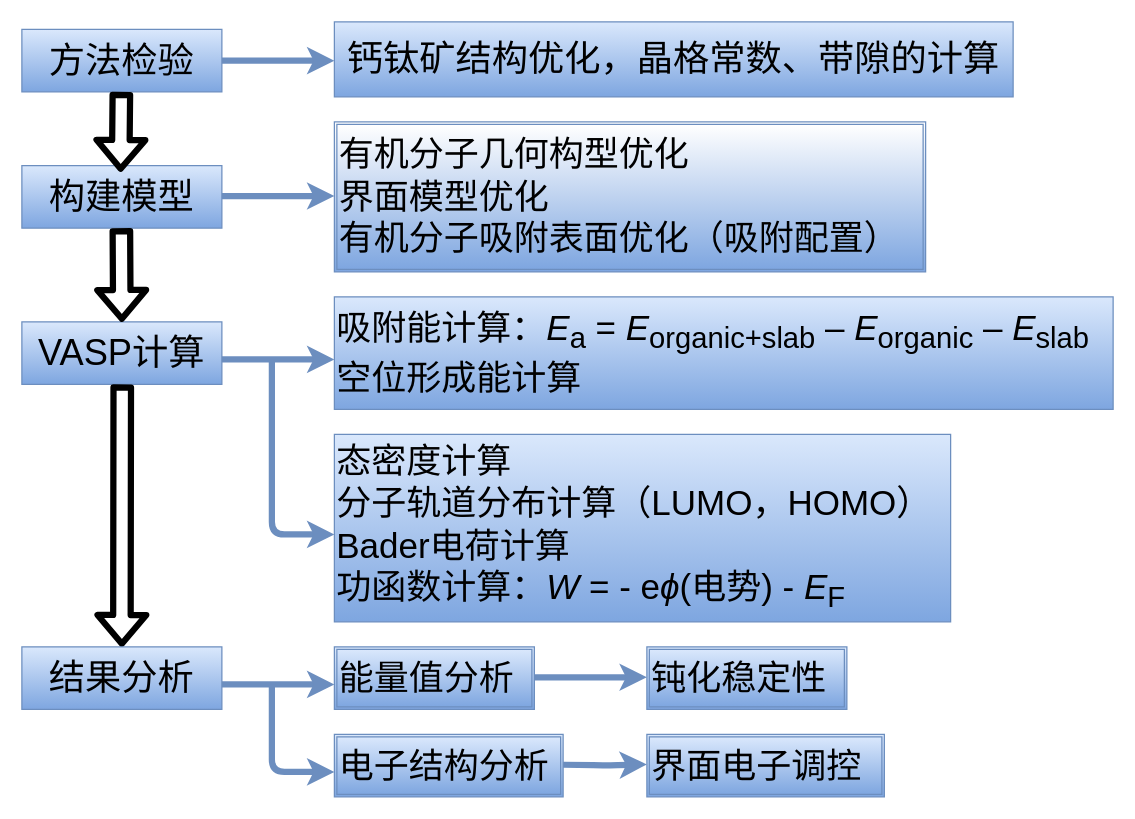
newerjun/newerjun keeps this draw.io diagram as Untitled Diagram.drawio. Above is the earlier version. Source tidied: cells renumbered, new cells numbered last; positions are measured from the earlier drawing's top-left corner, leaving out a move shared by most shapes. Both pictures are drawn from the tidied source at 125%, with x=0, y=0 at pixel (21, 21).
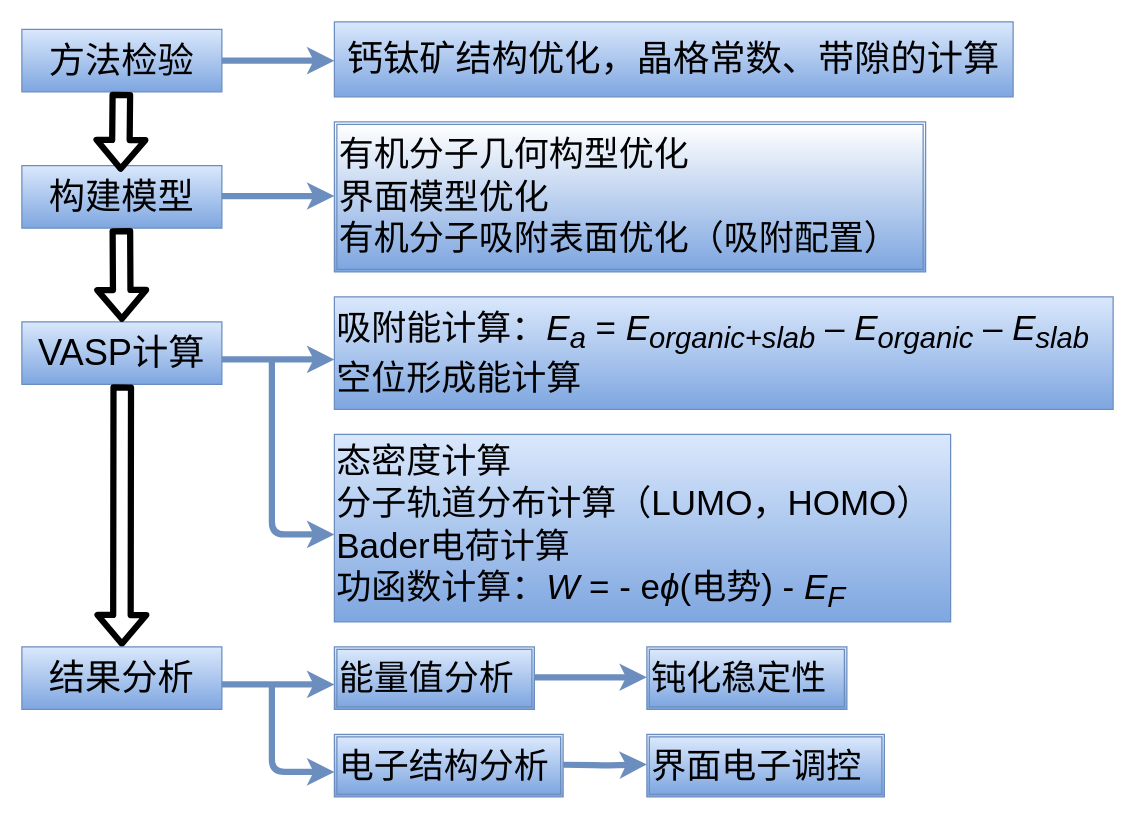
After the change.

The edit, as a diff of the source:
```diff
@@
-    <mxCell id="10" value="&lt;font style=&quot;font-size: 28px&quot;&gt;&lt;p style=&quot;margin-top: 0pt ; margin-bottom: 0pt ; margin-left: 0in ; direction: ltr ; unicode-bidi: embed ; word-break: normal&quot;&gt;吸附能计算：&lt;span style=&quot;font-family: &amp;#34;arial&amp;#34;&quot;&gt;&lt;i&gt;E&lt;/i&gt;&lt;sub&gt;a&lt;/sub&gt;&lt;/span&gt;&lt;span style=&quot;font-family: &amp;#34;arial&amp;#34;&quot;&gt; = &lt;/span&gt;&lt;span style=&quot;font-family: &amp;#34;arial&amp;#34;&quot;&gt;&lt;i&gt;E&lt;/i&gt;&lt;/span&gt;&lt;sub&gt;&lt;span style=&quot;font-family: &amp;#34;arial&amp;#34;&quot;&gt;organic+&lt;/span&gt;&lt;span style=&quot;font-family: &amp;#34;arial&amp;#34;&quot;&gt;slab&lt;/span&gt;&lt;/sub&gt;&lt;span style=&quot;font-family: &amp;#34;arial&amp;#34;&quot;&gt; – &lt;/span&gt;&lt;span style=&quot;font-family: &amp;#34;arial&amp;#34;&quot;&gt;&lt;i&gt;E&lt;/i&gt;&lt;sub&gt;organic&lt;/sub&gt;&lt;/span&gt;&lt;span style=&quot;font-family: &amp;#34;arial&amp;#34;&quot;&gt; – &lt;/span&gt;&lt;span style=&quot;font-family: &amp;#34;arial&amp;#34;&quot;&gt;&lt;i&gt;E&lt;/i&gt;&lt;sub&gt;slab&lt;/sub&gt;&lt;/span&gt;&lt;/p&gt;&lt;p style=&quot;margin-top: 0pt ; margin-bottom: 0pt ; margin-left: 0in ; direction: ltr ; unicode-bidi: embed ; word-break: normal&quot;&gt;&lt;span style=&quot;font-family: &amp;#34;arial&amp;#34;&quot;&gt;空位形成能计算&lt;/span&gt;&lt;/p&gt;&lt;/font&gt;" style="whiteSpace=wrap;html=1;align=left;gradientColor=#7ea6e0;fillColor=#dae8fc;strokeColor=#6c8ebf;" parent="1" vertex="1">
+    <mxCell id="10" value="&lt;font style=&quot;font-size: 28px&quot;&gt;&lt;p style=&quot;margin-top: 0pt ; margin-bottom: 0pt ; margin-left: 0in ; direction: ltr ; unicode-bidi: embed ; word-break: normal&quot;&gt;吸附能计算：&lt;span style=&quot;font-family: &amp;#34;arial&amp;#34;&quot;&gt;&lt;i&gt;E&lt;/i&gt;&lt;sub&gt;&lt;i&gt;a&lt;/i&gt;&lt;/sub&gt;&lt;/span&gt;&lt;span style=&quot;font-family: &amp;#34;arial&amp;#34;&quot;&gt; = &lt;/span&gt;&lt;span style=&quot;font-family: &amp;#34;arial&amp;#34;&quot;&gt;&lt;i&gt;E&lt;/i&gt;&lt;/span&gt;&lt;sub&gt;&lt;i&gt;&lt;span style=&quot;font-family: &amp;#34;arial&amp;#34;&quot;&gt;organic+&lt;/span&gt;&lt;span style=&quot;font-family: &amp;#34;arial&amp;#34;&quot;&gt;slab&lt;/span&gt;&lt;/i&gt;&lt;/sub&gt;&lt;span style=&quot;font-family: &amp;#34;arial&amp;#34;&quot;&gt; – &lt;/span&gt;&lt;span style=&quot;font-family: &amp;#34;arial&amp;#34;&quot;&gt;&lt;i&gt;E&lt;/i&gt;&lt;sub&gt;&lt;i&gt;organic&lt;/i&gt;&lt;/sub&gt;&lt;/span&gt;&lt;span style=&quot;font-family: &amp;#34;arial&amp;#34;&quot;&gt; – &lt;/span&gt;&lt;span style=&quot;font-family: &amp;#34;arial&amp;#34;&quot;&gt;&lt;i&gt;E&lt;/i&gt;&lt;sub&gt;&lt;i&gt;slab&lt;/i&gt;&lt;/sub&gt;&lt;/span&gt;&lt;/p&gt;&lt;p style=&quot;margin-top: 0pt ; margin-bottom: 0pt ; margin-left: 0in ; direction: ltr ; unicode-bidi: embed ; word-break: normal&quot;&gt;&lt;span style=&quot;font-family: &amp;#34;arial&amp;#34;&quot;&gt;空位形成能计算&lt;/span&gt;&lt;/p&gt;&lt;/font&gt;" style="whiteSpace=wrap;html=1;align=left;gradientColor=#7ea6e0;fillColor=#dae8fc;strokeColor=#6c8ebf;" parent="1" vertex="1">
       <mxGeometry x="250" y="220" width="623" height="90" as="geometry" />
     </mxCell>
-    <mxCell id="11" value="&lt;font style=&quot;font-size: 28px&quot;&gt;&lt;p style=&quot;margin-top: 0pt ; margin-bottom: 0pt ; margin-left: 0in ; direction: ltr ; unicode-bidi: embed ; word-break: normal&quot;&gt;&lt;span&gt;态密度&lt;/span&gt;&lt;span&gt;计算&lt;/span&gt;&lt;/p&gt;&lt;p style=&quot;margin-top: 0pt ; margin-bottom: 0pt ; margin-left: 0in ; direction: ltr ; unicode-bidi: embed ; word-break: normal&quot;&gt;&lt;span&gt;分子轨道分布计算&lt;/span&gt;&lt;span&gt;（&lt;/span&gt;&lt;span style=&quot;font-family: &amp;#34;arial&amp;#34;&quot;&gt;LUMO&lt;/span&gt;&lt;span&gt;，&lt;/span&gt;&lt;span style=&quot;font-family: &amp;#34;arial&amp;#34;&quot;&gt;HOMO&lt;/span&gt;&lt;span&gt;）&lt;/span&gt;&lt;/p&gt;&lt;p style=&quot;margin-top: 0pt ; margin-bottom: 0pt ; margin-left: 0in ; direction: ltr ; unicode-bidi: embed ; word-break: normal&quot;&gt;&lt;span style=&quot;font-family: &amp;#34;arial&amp;#34;&quot;&gt;Bader&lt;/span&gt;&lt;span&gt;电荷&lt;/span&gt;&lt;span&gt;计算&lt;/span&gt;&lt;/p&gt;&lt;p style=&quot;margin-top: 0pt ; margin-bottom: 0pt ; margin-left: 0in ; direction: ltr ; unicode-bidi: embed ; word-break: normal&quot;&gt;功函数计算：&lt;span style=&quot;font-family: &amp;#34;arial&amp;#34;&quot;&gt;&lt;i&gt;W&lt;/i&gt; = - &lt;/span&gt;&lt;span style=&quot;font-family: &amp;#34;arial&amp;#34;&quot;&gt;e&lt;/span&gt;&lt;span style=&quot;font-family: &amp;#34;arial&amp;#34;&quot;&gt;&lt;i&gt;ϕ&lt;/i&gt;&lt;/span&gt;&lt;span style=&quot;font-family: &amp;#34;arial&amp;#34;&quot;&gt;(&lt;/span&gt;电势&lt;span style=&quot;font-family: &amp;#34;arial&amp;#34;&quot;&gt;)&amp;nbsp;&lt;/span&gt;&lt;span style=&quot;font-family: &amp;#34;arial&amp;#34;&quot;&gt;- &lt;/span&gt;&lt;span style=&quot;font-family: &amp;#34;arial&amp;#34;&quot;&gt;&lt;i&gt;E&lt;/i&gt;&lt;sub&gt;F&lt;/sub&gt;&lt;/span&gt;&lt;/p&gt;&lt;/font&gt;" style="whiteSpace=wrap;html=1;align=left;gradientColor=#7ea6e0;fillColor=#dae8fc;strokeColor=#6c8ebf;" parent="1" vertex="1">
+    <mxCell id="11" value="&lt;font style=&quot;font-size: 28px&quot;&gt;&lt;p style=&quot;margin-top: 0pt ; margin-bottom: 0pt ; margin-left: 0in ; direction: ltr ; unicode-bidi: embed ; word-break: normal&quot;&gt;&lt;span&gt;态密度&lt;/span&gt;&lt;span&gt;计算&lt;/span&gt;&lt;/p&gt;&lt;p style=&quot;margin-top: 0pt ; margin-bottom: 0pt ; margin-left: 0in ; direction: ltr ; unicode-bidi: embed ; word-break: normal&quot;&gt;&lt;span&gt;分子轨道分布计算&lt;/span&gt;&lt;span&gt;（&lt;/span&gt;&lt;span style=&quot;font-family: &amp;#34;arial&amp;#34;&quot;&gt;LUMO&lt;/span&gt;&lt;span&gt;，&lt;/span&gt;&lt;span style=&quot;font-family: &amp;#34;arial&amp;#34;&quot;&gt;HOMO&lt;/span&gt;&lt;span&gt;）&lt;/span&gt;&lt;/p&gt;&lt;p style=&quot;margin-top: 0pt ; margin-bottom: 0pt ; margin-left: 0in ; direction: ltr ; unicode-bidi: embed ; word-break: normal&quot;&gt;&lt;span style=&quot;font-family: &amp;#34;arial&amp;#34;&quot;&gt;Bader&lt;/span&gt;&lt;span&gt;电荷&lt;/span&gt;&lt;span&gt;计算&lt;/span&gt;&lt;/p&gt;&lt;p style=&quot;margin-top: 0pt ; margin-bottom: 0pt ; margin-left: 0in ; direction: ltr ; unicode-bidi: embed ; word-break: normal&quot;&gt;功函数计算：&lt;span style=&quot;font-family: &amp;#34;arial&amp;#34;&quot;&gt;&lt;i&gt;W&lt;/i&gt; = - &lt;/span&gt;&lt;span style=&quot;font-family: &amp;#34;arial&amp;#34;&quot;&gt;e&lt;/span&gt;&lt;span style=&quot;font-family: &amp;#34;arial&amp;#34;&quot;&gt;&lt;i&gt;ϕ&lt;/i&gt;&lt;/span&gt;&lt;span style=&quot;font-family: &amp;#34;arial&amp;#34;&quot;&gt;(&lt;/span&gt;电势&lt;span style=&quot;font-family: &amp;#34;arial&amp;#34;&quot;&gt;)&amp;nbsp;&lt;/span&gt;&lt;span style=&quot;font-family: &amp;#34;arial&amp;#34;&quot;&gt;- &lt;/span&gt;&lt;span style=&quot;font-family: &amp;#34;arial&amp;#34;&quot;&gt;&lt;i&gt;E&lt;/i&gt;&lt;sub&gt;&lt;i&gt;F&lt;/i&gt;&lt;/sub&gt;&lt;/span&gt;&lt;/p&gt;&lt;/font&gt;" style="whiteSpace=wrap;html=1;align=left;gradientColor=#7ea6e0;fillColor=#dae8fc;strokeColor=#6c8ebf;" parent="1" vertex="1">
       <mxGeometry x="250" y="330" width="493" height="150" as="geometry" />
     </mxCell>
```
